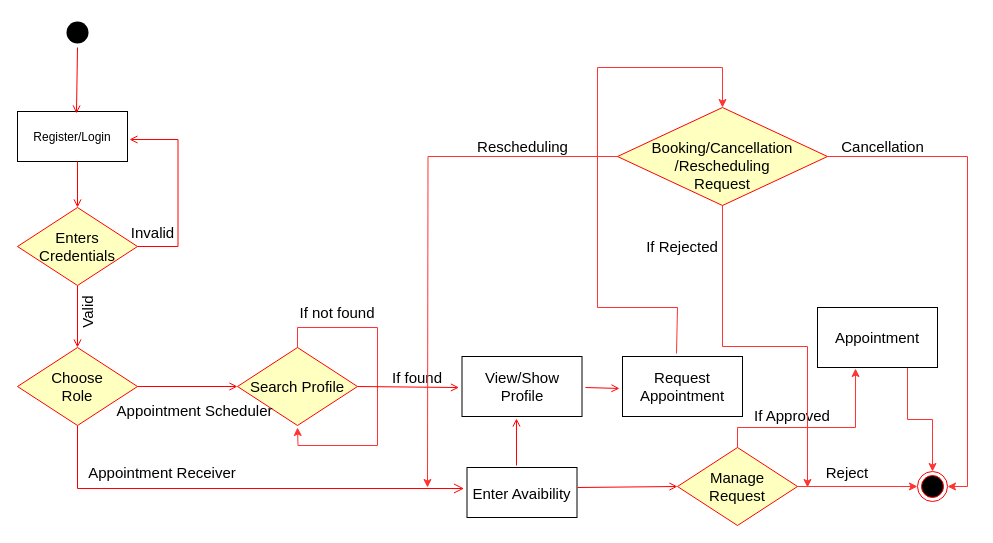
Earlier version of the draw.io diagram ActivityDiagram v1.drawio (Yash7200/CP-1). Source tidied: cells renumbered, new cells numbered last; positions are measured from the earlier drawing's top-left corner, leaving out a move shared by most shapes. Both pictures are drawn from the tidied source at 100%, with x=0, y=0 at pixel (-9, 17).
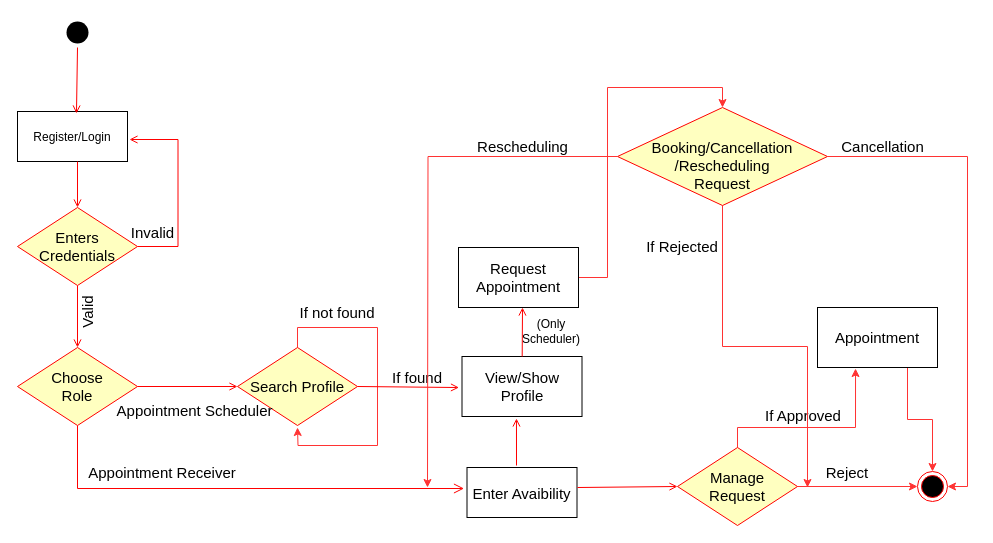
After the change.

The change refers to these unchanged cells:
```xml
<mxCell id="19" value="View/Show Profile" style="whiteSpace=wrap;html=1;fontSize=15;fillColor=#FFFFFF;strokeColor=#000000;fontColor=rgb(0, 0, 0);" parent="1" vertex="1">
  <mxGeometry x="470.5" y="339" width="120" height="60" as="geometry" />
</mxCell>
<mxCell id="36" value="&lt;div&gt;&lt;br&gt;&lt;/div&gt;&lt;div&gt;Booking/Cancellation&lt;/div&gt;&lt;div&gt;/Rescheduling&lt;/div&gt;&lt;div&gt;Request&lt;br&gt;&lt;/div&gt;" style="rhombus;whiteSpace=wrap;html=1;fillColor=#ffffc0;strokeColor=#ff0000;fontSize=15;" parent="1" vertex="1">
  <mxGeometry x="626" y="90" width="210" height="98" as="geometry" />
</mxCell>
```

Change to the diagram source:
```diff
@@
-    <mxCell id="21" value="Request Appointment" style="whiteSpace=wrap;html=1;fontSize=15;fillColor=#FFFFFF;strokeColor=#000000;fontColor=rgb(0, 0, 0);" parent="1" vertex="1">
-      <mxGeometry x="631" y="339" width="120" height="60" as="geometry" />
-    </mxCell>
-    <mxCell id="22" style="endArrow=open;strokeColor=#FF0000;endFill=1;rounded=0;exitX=1.029;exitY=0.517;exitDx=0;exitDy=0;exitPerimeter=0;entryX=-0.025;entryY=0.533;entryDx=0;entryDy=0;entryPerimeter=0;" parent="1" edge="1" source="19" target="21">
-      <mxGeometry relative="1" as="geometry" />
-    </mxCell>
@@
     <mxCell id="34" value="If Approved" style="text;html=1;strokeColor=none;fillColor=none;align=center;verticalAlign=middle;whiteSpace=wrap;rounded=0;fontSize=15;" parent="1" vertex="1">
-      <mxGeometry x="756" y="383" width="90" height="30" as="geometry" />
+      <mxGeometry x="767" y="383" width="90" height="30" as="geometry" />
     </mxCell>
@@
-    <mxCell id="42" style="endArrow=classic;html=1;rounded=0;strokeColor=#FF3333;exitX=0.45;exitY=-0.05;exitDx=0;exitDy=0;entryX=0.5;entryY=0;entryDx=0;entryDy=0;exitPerimeter=0;" parent="1" edge="1" source="21" target="36">
+    <mxCell id="42" style="endArrow=classic;html=1;rounded=0;strokeColor=#FF3333;entryX=0.5;entryY=0;entryDx=0;entryDy=0;exitX=1;exitY=0.5;exitDx=0;exitDy=0;" parent="1" edge="1" source="21" target="36">
       <mxGeometry relative="1" as="geometry">
         <Array as="points">
-          <mxPoint x="686" y="290" />
-          <mxPoint x="606" y="290" />
-          <mxPoint x="606" y="50" />
-          <mxPoint x="731" y="50" />
+          <mxPoint x="616" y="260" />
+          <mxPoint x="616" y="70" />
+          <mxPoint x="731" y="70" />
         </Array>
       </mxGeometry>
     </mxCell>
+    <mxCell id="43" value="&lt;div&gt;(Only&lt;/div&gt;&lt;div&gt;Scheduler)&lt;/div&gt;" style="text;html=1;strokeColor=none;fillColor=none;align=center;verticalAlign=middle;whiteSpace=wrap;rounded=0;" parent="1" vertex="1">
+      <mxGeometry x="528.5" y="298" width="62" height="32" as="geometry" />
+    </mxCell>
+    <mxCell id="21" value="Request Appointment" style="whiteSpace=wrap;html=1;fontSize=15;fillColor=#FFFFFF;strokeColor=#000000;fontColor=rgb(0, 0, 0);" parent="1" vertex="1">
+      <mxGeometry x="467" y="230" width="120" height="60" as="geometry" />
+    </mxCell>
+    <mxCell id="44" style="endArrow=open;strokeColor=#FF0000;endFill=1;rounded=0;" parent="1" edge="1" source="19">
+      <mxGeometry relative="1" as="geometry">
+        <mxPoint x="531" y="290" as="targetPoint" />
+      </mxGeometry>
+    </mxCell>
```
